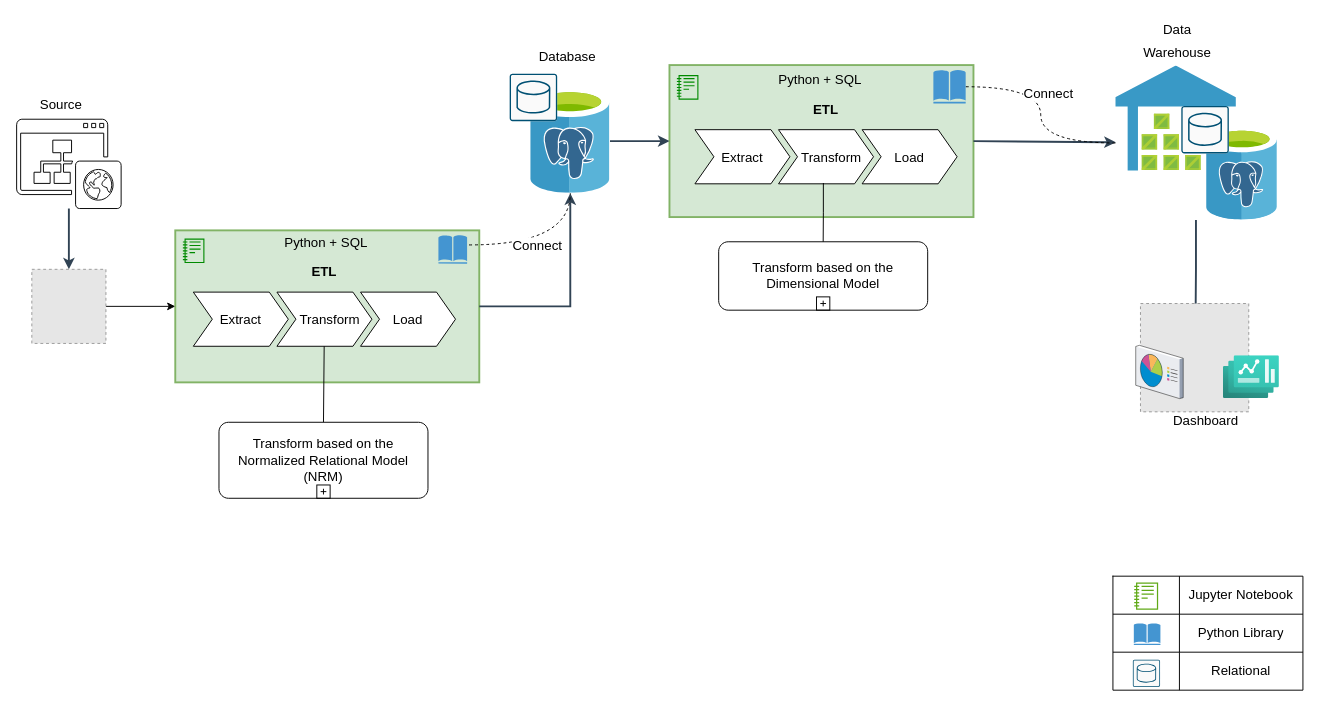
This is page "DA Phase II" (4 of 7) of DECapstone diagrams.drawio from vinsanity2022/SPARTACapstone, a draw.io file, before an edit. Source tidied: cells renumbered, new cells numbered last; positions are measured from the earlier drawing's top-left corner, leaving out a move shared by most shapes. Both pictures are drawn from the tidied source at 95%, with x=0, y=0 at pixel (16, 25). Pictures stored in the file or linked from it are replaced by grey dashed boxes.
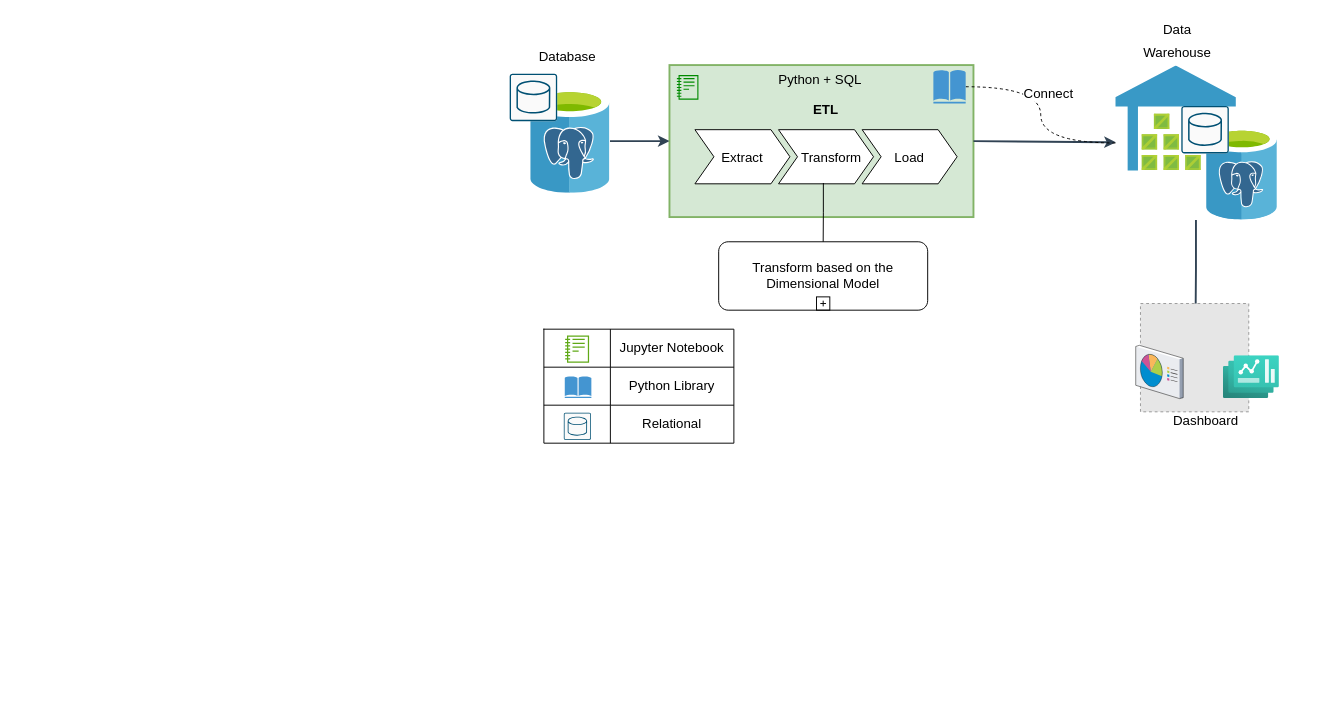
The same page after the edit.

The change refers to these unchanged cells:
```xml
<mxCell id="16" style="image;sketch=0;html=1;points=[];align=center;fontSize=12;image=img/lib/mscae/Azure_Database_for_PostgreSQL_servers.svg;rounded=0;" parent="1" vertex="1">
  <mxGeometry x="541" y="67" width="83.6" height="110" as="geometry" />
</mxCell>
```

The edit, as a diff of the source:
```diff
@@
     <mxCell id="2" style="shape=table;startSize=0;childLayout=tableLayout;rounded=0;" parent="1" vertex="1">
-      <mxGeometry x="1154" y="580" width="200" height="120" as="geometry" />
+      <mxGeometry x="555" y="320" width="200" height="120" as="geometry" />
     </mxCell>
@@
-    <mxCell id="13" style="rounded=0;whiteSpace=wrap;html=1;absoluteArcSize=1;arcSize=14;strokeWidth=2;fillColor=#d5e8d4;strokeColor=#82b366;" parent="1" vertex="1">
-      <mxGeometry x="167" y="216" width="320" height="160" as="geometry" />
-    </mxCell>
-    <mxCell id="14" style="sketch=0;shadow=0;dashed=0;html=1;fillColor=none;labelPosition=center;verticalLabelPosition=bottom;verticalAlign=top;outlineConnect=0;align=center;shape=mxgraph.office.sites.website_public;rounded=0;" parent="1" vertex="1">
-      <mxGeometry y="99" width="110" height="94" as="geometry" />
-    </mxCell>
@@
-    <mxCell id="17" value="&lt;font style=&quot;font-size: 14px;&quot;&gt;ETL&lt;/font&gt;" style="swimlane;horizontal=1;fillColor=none;strokeColor=none;stackBorder=10;align=center;whiteSpace=wrap;html=1;startSize=23;rounded=0;" parent="1" vertex="1">
-      <mxGeometry x="176" y="248" width="296" height="100" as="geometry" />
-    </mxCell>
-    <mxCell id="18" value="&lt;font style=&quot;font-size: 14px;&quot;&gt;Extract&lt;/font&gt;" style="shape=step;perimeter=stepPerimeter;fixedSize=1;whiteSpace=wrap;html=1;rounded=0;" parent="17" vertex="1">
-      <mxGeometry x="10" y="33" width="100" height="57" as="geometry" />
-    </mxCell>
-    <mxCell id="19" value="&lt;font style=&quot;font-size: 14px;&quot;&gt;&amp;nbsp; &amp;nbsp;Transform&lt;/font&gt;" style="shape=step;perimeter=stepPerimeter;fixedSize=1;points=[];whiteSpace=wrap;html=1;rounded=0;" parent="17" vertex="1">
-      <mxGeometry x="98" y="33" width="100" height="57" as="geometry" />
-    </mxCell>
-    <mxCell id="20" value="&lt;font style=&quot;font-size: 14px;&quot;&gt;Load&lt;/font&gt;" style="shape=step;perimeter=stepPerimeter;fixedSize=1;whiteSpace=wrap;html=1;rounded=0;" parent="17" vertex="1">
-      <mxGeometry x="186" y="33" width="100" height="57" as="geometry" />
-    </mxCell>
-    <mxCell id="21" style="edgeStyle=orthogonalEdgeStyle;rounded=0;jettySize=auto;html=1;exitX=1;exitY=0.5;exitDx=0;exitDy=0;fillColor=#647687;strokeColor=#314354;strokeWidth=2;" parent="1" edge="1" source="13" target="16">
-      <mxGeometry relative="1" as="geometry" />
-    </mxCell>
-    <mxCell id="22" style="endArrow=none;html=1;rounded=0;entryX=0.5;entryY=0;entryDx=0;entryDy=0;entryPerimeter=0;" parent="1" edge="1" source="19" target="23">
-      <mxGeometry relative="1" as="geometry" />
-    </mxCell>
-    <mxCell id="23" style="points=[[0.25,0,0],[0.5,0,0],[0.75,0,0],[1,0.25,0],[1,0.5,0],[1,0.75,0],[0.75,1,0],[0.5,1,0],[0.25,1,0],[0,0.75,0],[0,0.5,0],[0,0.25,0]];shape=mxgraph.bpmn.task;whiteSpace=wrap;rectStyle=rounded;size=10;html=1;taskMarker=abstract;isLoopSub=1;rounded=0;" parent="1" vertex="1">
-      <mxGeometry x="213" y="418" width="220" height="80" as="geometry" />
-    </mxCell>
-    <mxCell id="24" value="&lt;font style=&quot;font-size: 14px;&quot;&gt;Transform based on the Normalized Relational Model (NRM)&lt;/font&gt;" style="text;strokeColor=none;align=center;fillColor=none;html=1;verticalAlign=middle;whiteSpace=wrap;rounded=0;" parent="23" vertex="1">
-      <mxGeometry x="9.2" y="7.3" width="201.7" height="65.5" as="geometry" />
-    </mxCell>
@@
-    <mxCell id="38" value="&lt;font style=&quot;font-size: 14px;&quot;&gt;Python + SQL&lt;/font&gt;" style="text;strokeColor=none;align=center;fillColor=none;html=1;verticalAlign=middle;whiteSpace=wrap;rounded=0;" parent="1" vertex="1">
-      <mxGeometry x="186" y="214" width="280" height="30" as="geometry" />
-    </mxCell>
@@
-    <mxCell id="40" style="sketch=0;fontColor=#ffffff;fillColor=#008a00;strokeColor=#005700;dashed=0;verticalLabelPosition=bottom;verticalAlign=top;align=center;html=1;fontSize=12;fontStyle=0;shape=mxgraph.aws4.sagemaker_notebook;rounded=0;" parent="1" vertex="1">
-      <mxGeometry x="175" y="224" width="22.7" height="27" as="geometry" />
-    </mxCell>
@@
-    <mxCell id="42" style="shadow=0;dashed=0;html=1;strokeColor=none;fillColor=#4495D1;labelPosition=center;verticalLabelPosition=bottom;verticalAlign=top;align=center;outlineConnect=0;shape=mxgraph.veeam.library;rounded=0;" parent="1" vertex="1">
-      <mxGeometry x="444" y="221" width="30.2" height="30" as="geometry" />
-    </mxCell>
     <mxCell id="43" style="sketch=0;fontColor=#ffffff;fillColor=#60a917;strokeColor=#2D7600;dashed=0;verticalLabelPosition=bottom;verticalAlign=top;align=center;html=1;fontSize=12;fontStyle=0;shape=mxgraph.aws4.sagemaker_notebook;rounded=0;" parent="1" vertex="1">
-      <mxGeometry x="1176.4" y="586" width="25.2" height="30" as="geometry" />
+      <mxGeometry x="577.4" y="326" width="25.2" height="30" as="geometry" />
     </mxCell>
     <mxCell id="44" style="shadow=0;dashed=0;html=1;strokeColor=none;fillColor=#4495D1;labelPosition=center;verticalLabelPosition=bottom;verticalAlign=top;align=center;shape=mxgraph.veeam.library;rounded=0;" parent="1" vertex="1">
-      <mxGeometry x="1176" y="629.6" width="28" height="22.8" as="geometry" />
+      <mxGeometry x="577" y="369.6" width="28" height="22.8" as="geometry" />
     </mxCell>
@@
     <mxCell id="48" style="sketch=0;verticalLabelPosition=bottom;html=1;verticalAlign=top;align=center;shape=mxgraph.cisco19.rect;prIcon=database_relational;fillColor=#FAFAFA;strokeColor=#005073;rounded=0;" parent="1" vertex="1">
-      <mxGeometry x="1175" y="668" width="28.6" height="28.6" as="geometry" />
+      <mxGeometry x="576" y="408" width="28.6" height="28.6" as="geometry" />
     </mxCell>
@@
-    <mxCell id="51" value="&lt;font style=&quot;font-size: 14px;&quot; face=&quot;Helvetica&quot;&gt;Source&amp;nbsp;&lt;/font&gt;" style="text;strokeColor=none;align=center;fillColor=none;html=1;verticalAlign=middle;whiteSpace=wrap;rounded=0;fontSize=20;fontFamily=Architects Daughter;" parent="1" vertex="1">
-      <mxGeometry x="19.4" y="67" width="60" height="30" as="geometry" />
-    </mxCell>
-    <mxCell id="52" style="endArrow=none;dashed=1;html=1;rounded=0;exitX=1.067;exitY=0.344;exitDx=0;exitDy=0;exitPerimeter=0;edgeStyle=orthogonalEdgeStyle;curved=1;" parent="1" edge="1" source="42" target="16">
-      <mxGeometry relative="1" as="geometry" />
-    </mxCell>
-    <mxCell id="53" value="&lt;font style=&quot;font-size: 14px;&quot;&gt;Connect&lt;/font&gt;" style="edgeLabel;html=1;align=center;verticalAlign=middle;rounded=0;" parent="52" vertex="1">
-      <mxGeometry x="-0.21" relative="1" as="geometry">
-        <mxPoint x="7" as="offset" />
-      </mxGeometry>
-    </mxCell>
@@
-    <mxCell id="56" style="edgeStyle=orthogonalEdgeStyle;rounded=0;jettySize=auto;html=1;fillColor=#647687;strokeColor=#314354;strokeWidth=2;" parent="1" edge="1" source="14" target="60">
-      <mxGeometry relative="1" as="geometry" />
-    </mxCell>
@@
-    <mxCell id="59" style="edgeStyle=orthogonalEdgeStyle;rounded=0;jettySize=auto;html=1;entryX=0;entryY=0.5;entryDx=0;entryDy=0;" parent="1" edge="1" source="60" target="13">
-      <mxGeometry relative="1" as="geometry" />
-    </mxCell>
-    <mxCell id="60" style="fillColor=#E6E6E6;strokeColor=#999999;dashed=1;html=1;verticalAlign=top;verticalLabelPosition=bottom;labelBackgroundColor=#ffffff;" parent="1" vertex="1">
-      <mxGeometry x="16" y="257" width="78" height="78" as="geometry" />
-    </mxCell>
```
